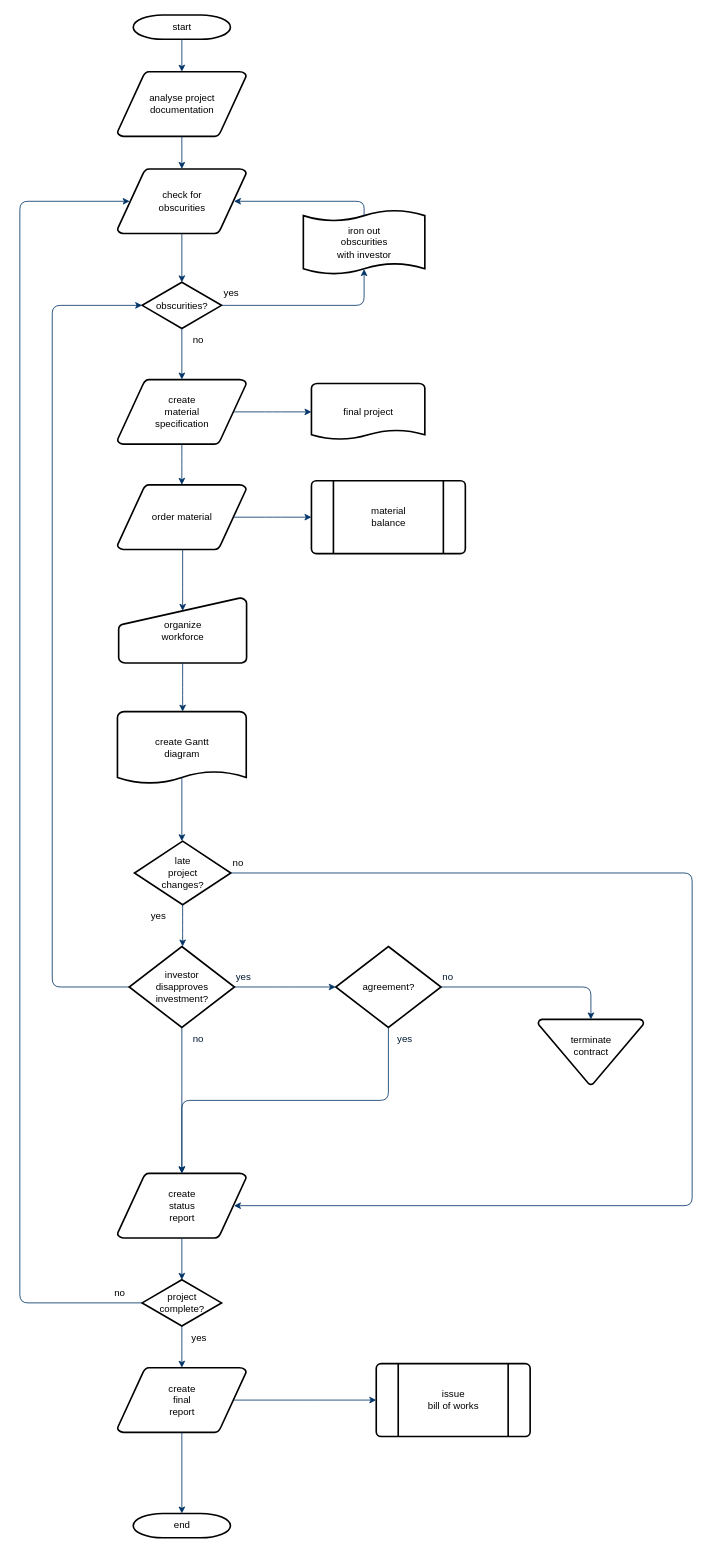
Above: form_cash_flow.drawio in shidh/drawio (draw.io), before the change. Source tidied: cells renumbered, new cells numbered last; positions are measured from the earlier drawing's top-left corner, leaving out a move shared by most shapes. Both pictures are drawn from the tidied source at 81%, with x=0, y=0 at pixel (19, 15).
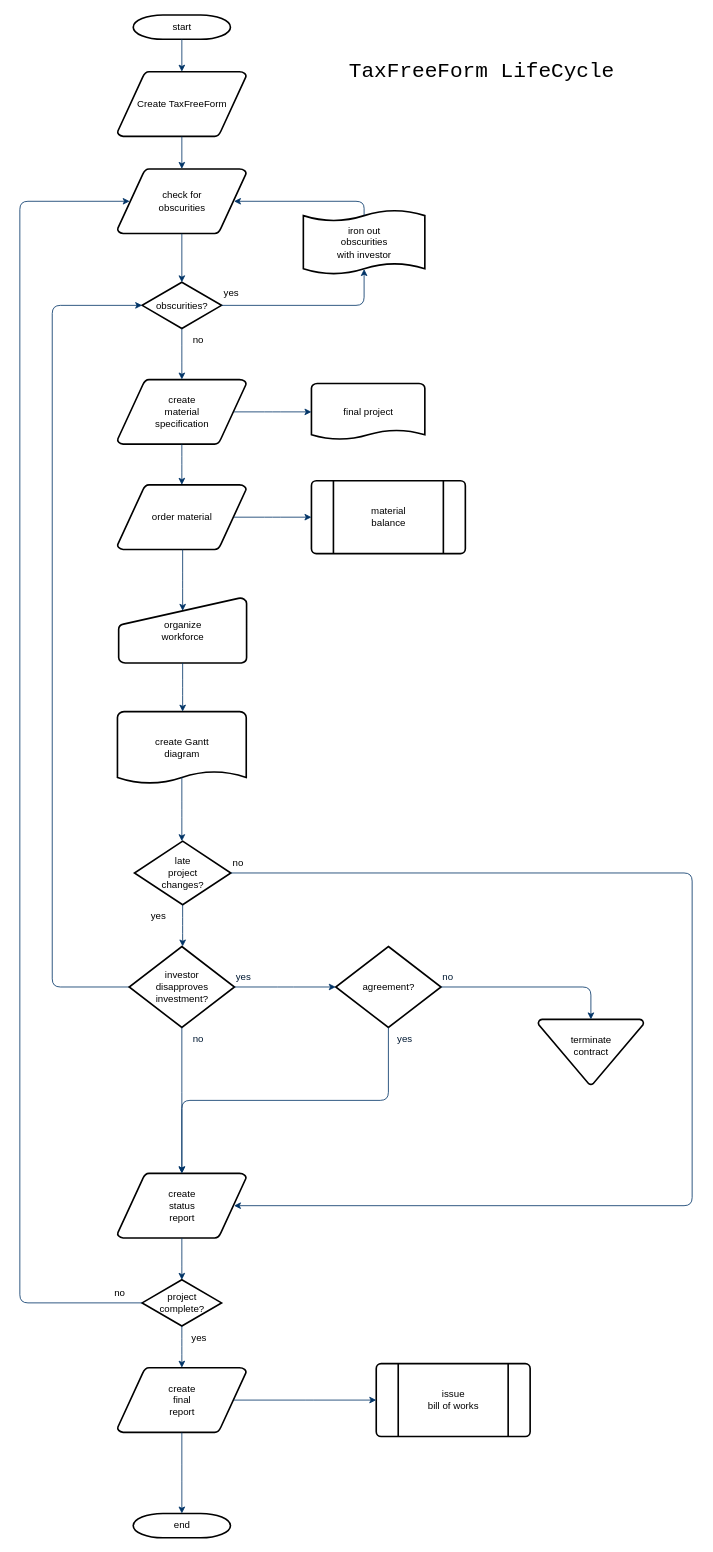
The same diagram, later.

Diff of the diagram source:
```diff
@@
-    <mxCell id="3" value="analyse project&#10; documentation" style="shape=mxgraph.flowchart.data;strokeWidth=2;gradientColor=none;gradientDirection=north;fontStyle=0;html=1;" parent="1" vertex="1">
+    <mxCell id="3" value="Create TaxFreeForm" style="shape=mxgraph.flowchart.data;strokeWidth=2;gradientColor=none;gradientDirection=north;fontStyle=0;html=1;" parent="1" vertex="1">
       <mxGeometry x="120.5" y="70" width="159" height="80" as="geometry" />
     </mxCell>
@@
+    <mxCell id="56" value="&lt;font style=&quot;font-size: 26px&quot; face=&quot;Courier New&quot;&gt;TaxFreeForm LifeCycle&lt;/font&gt;" style="text;html=1;align=center;verticalAlign=middle;" parent="1" vertex="1">
+      <mxGeometry x="400" y="60" width="340" height="20" as="geometry" />
+    </mxCell>
```
